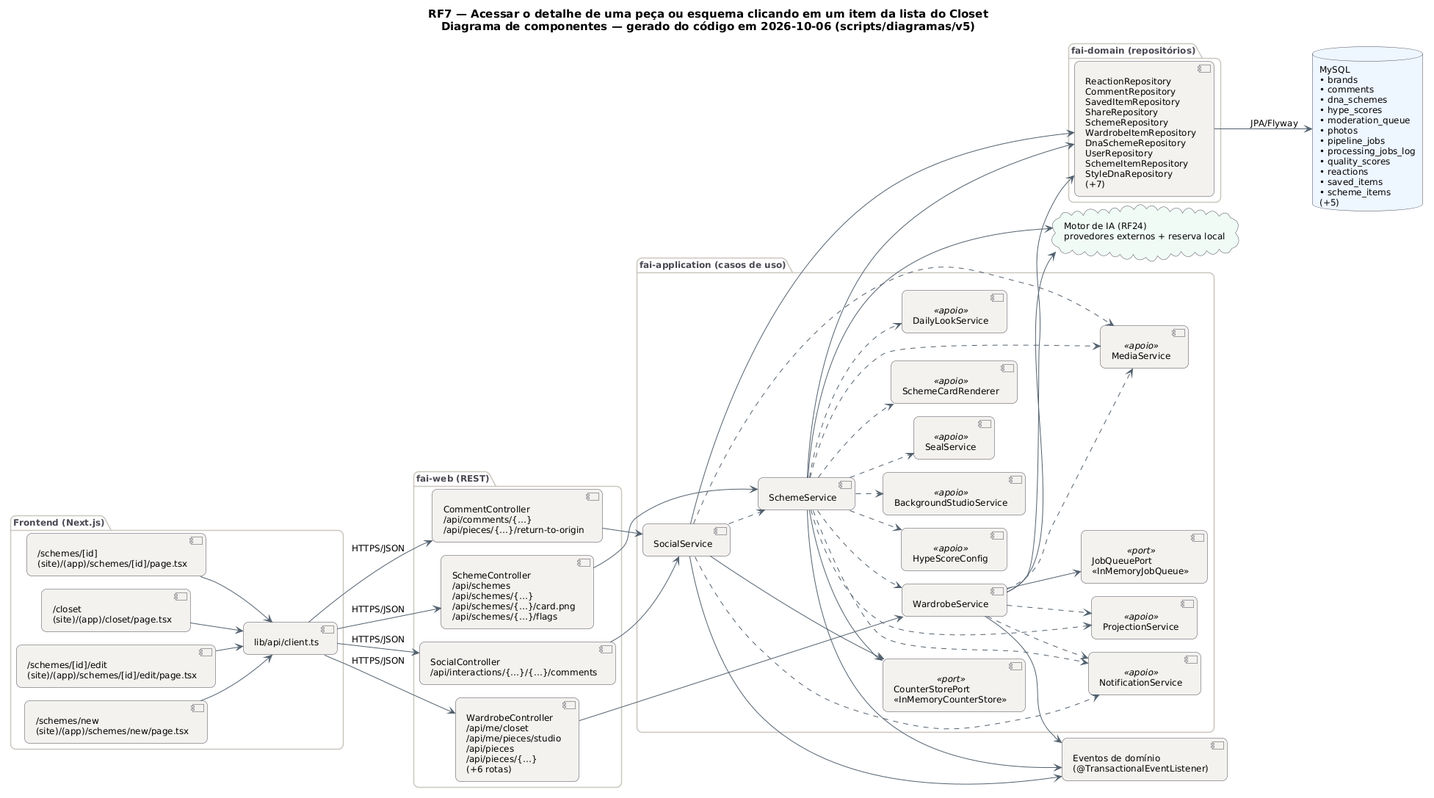
This is docs/diagramas/RF7/RF7_Componentes.png from MatheusHaliski/tcc-2026-fashion-ai-backend, a PlantUML export, as it was before one commit.
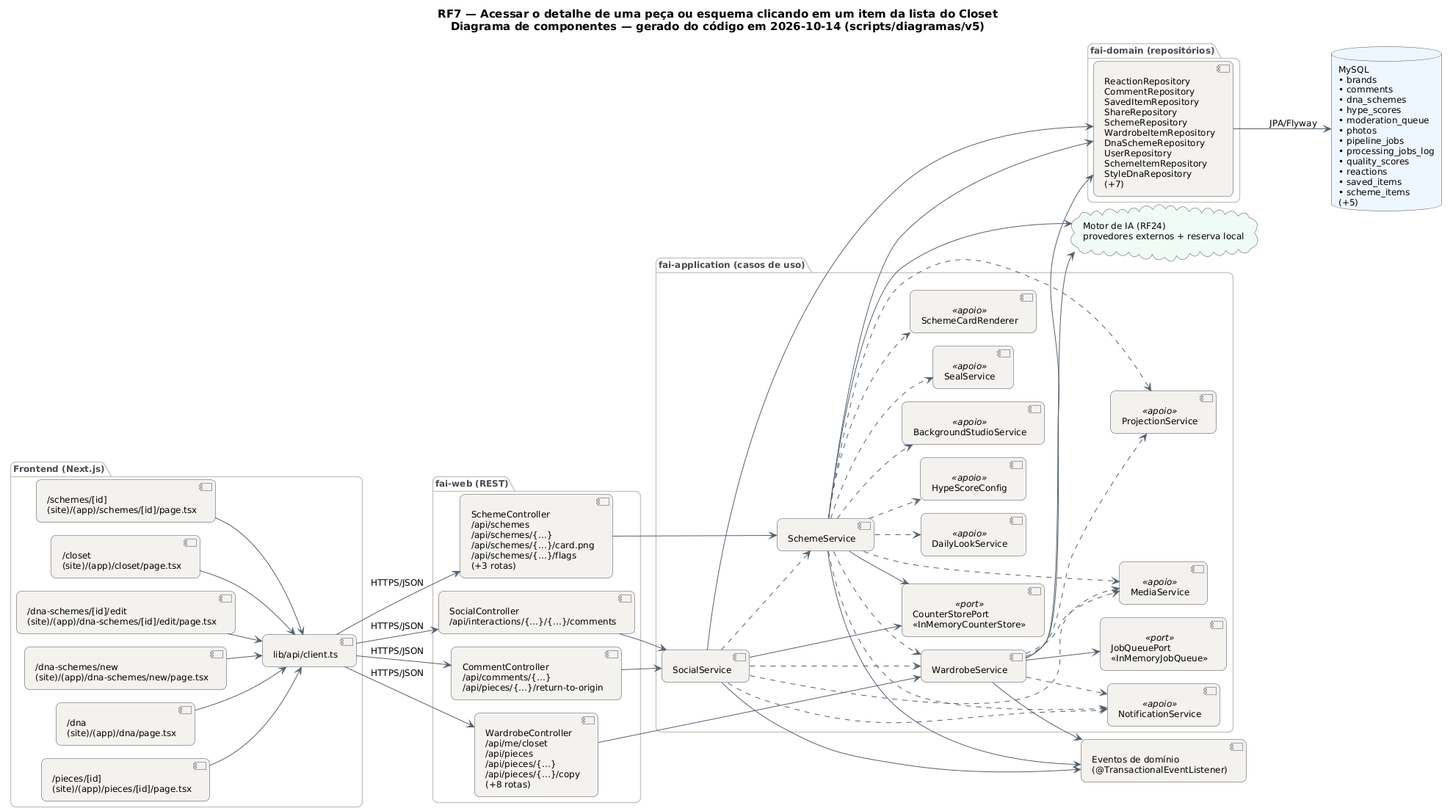
After the change.

What changed in the source:
```diff
@@ -29,20 +29,22 @@
   BorderColor #4A4852
 }
 left to right direction
-title RF7 — Acessar o detalhe de uma peça ou esquema clicando em um item da lista do Closet\nDiagrama de componentes — gerado do código em 2026-10-06 (scripts/diagramas/v5)
+title RF7 — Acessar o detalhe de uma peça ou esquema clicando em um item da lista do Closet\nDiagrama de componentes — gerado do código em 2026-10-14 (scripts/diagramas/v5)
 
 package "Frontend (Next.js)" {
   component "/schemes/[id]\n(site)/(app)/schemes/[id]/page.tsx" as FE0
   component "/closet\n(site)/(app)/closet/page.tsx" as FE1
-  component "/schemes/[id]/edit\n(site)/(app)/schemes/[id]/edit/page.tsx" as FE2
-  component "/schemes/new\n(site)/(app)/schemes/new/page.tsx" as FE3
+  component "/dna-schemes/[id]/edit\n(site)/(app)/dna-schemes/[id]/edit/page.tsx" as FE2
+  component "/dna-schemes/new\n(site)/(app)/dna-schemes/new/page.tsx" as FE3
+  component "/dna\n(site)/(app)/dna/page.tsx" as FE4
+  component "/pieces/[id]\n(site)/(app)/pieces/[id]/page.tsx" as FE5
   component "lib/api/client.ts" as APIC
 }
 package "fai-web (REST)" {
   component "CommentController\n/api/comments/{…}\n/api/pieces/{…}/return-to-origin" as CommentController
-  component "SchemeController\n/api/schemes\n/api/schemes/{…}\n/api/schemes/{…}/card.png\n/api/schemes/{…}/flags" as SchemeController
+  component "SchemeController\n/api/schemes\n/api/schemes/{…}\n/api/schemes/{…}/card.png\n/api/schemes/{…}/flags\n(+3 rotas)" as SchemeController
   component "SocialController\n/api/interactions/{…}/{…}/comments" as SocialController
-  component "WardrobeController\n/api/me/closet\n/api/me/pieces/studio\n/api/pieces\n/api/pieces/{…}\n(+6 rotas)" as WardrobeController
+  component "WardrobeController\n/api/me/closet\n/api/pieces\n/api/pieces/{…}\n/api/pieces/{…}/copy\n(+8 rotas)" as WardrobeController
 }
 package "fai-application (casos de uso)" {
   component "SocialService" as SocialService
@@ -74,6 +76,8 @@
 FE1 --> APIC
 FE2 --> APIC
 FE3 --> APIC
+FE4 --> APIC
+FE5 --> APIC
 REPO_MySQL --> DB_MySQL : JPA/Flyway
 SchemeController --> SchemeService
 SchemeService --> AI
@@ -96,6 +100,7 @@
 SocialService ..> MediaService
 SocialService ..> NotificationService
 SocialService ..> SchemeService
+SocialService ..> WardrobeService
 WardrobeController --> WardrobeService
 WardrobeService --> AI
 WardrobeService --> EV
```
